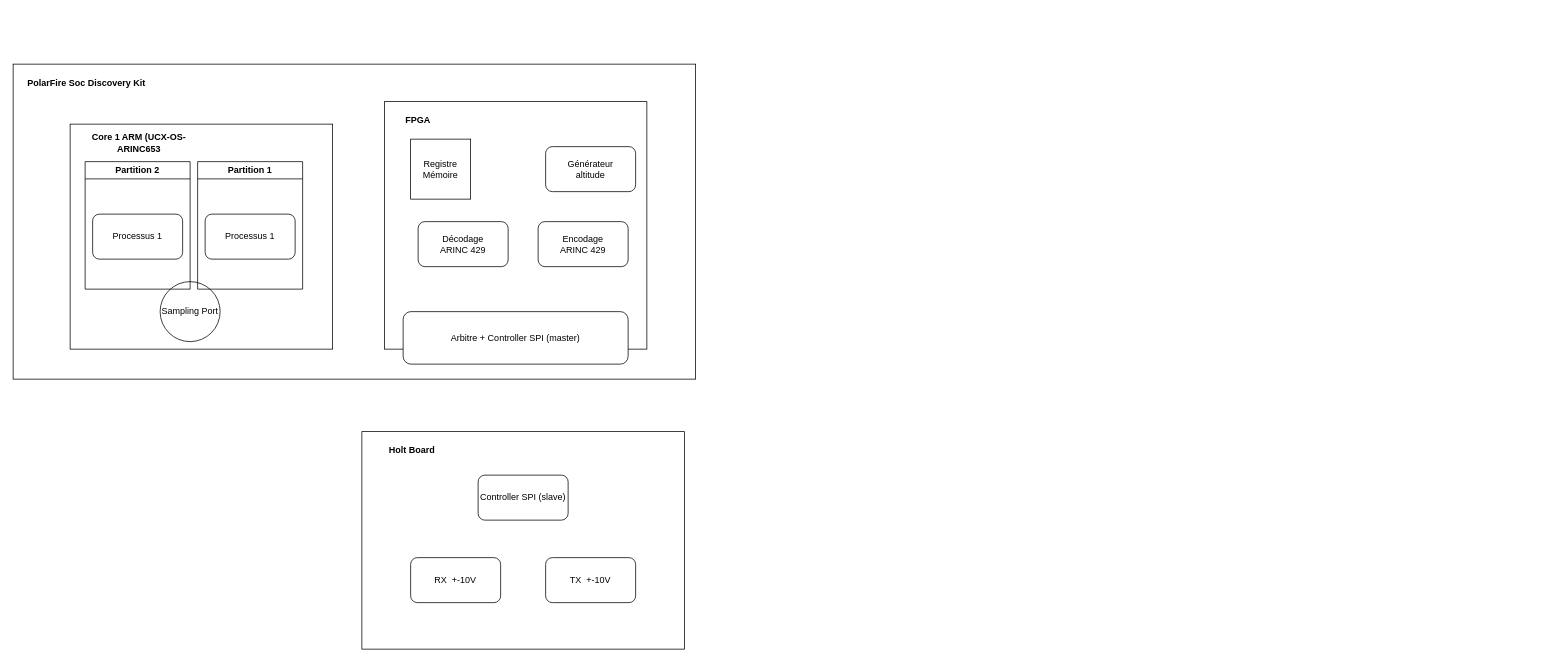
bouleaulama30/ucx-os-ARINC653 keeps this draw.io diagram as schemes/archi_tb.drawio. Above is the earlier version. Source tidied: cells renumbered, new cells numbered last; positions are measured from the earlier drawing's top-left corner, leaving out a move shared by most shapes. Both pictures are drawn from the tidied source at 75%, with x=0, y=0 at pixel (13, 64).
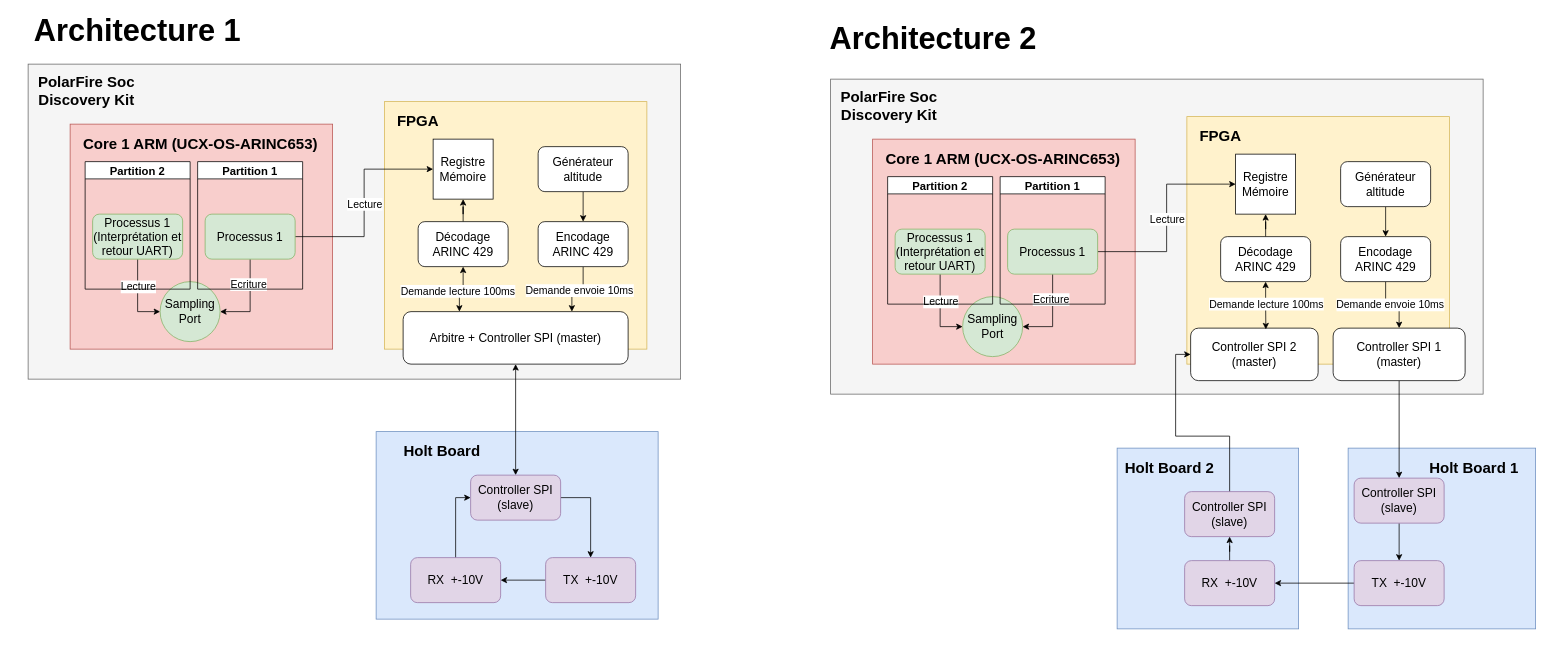
Above is the later version.

The edit, as a diff of the source:
```diff
@@
+    <mxCell id="23" style="rounded=0;whiteSpace=wrap;html=1;fillColor=#dae8fc;strokeColor=#6c8ebf;" parent="1" vertex="1">
+      <mxGeometry x="1472" y="512" width="242" height="241" as="geometry" />
+    </mxCell>
-    <mxCell id="2" style="rounded=0;whiteSpace=wrap;html=1;" parent="1" vertex="1">
-      <mxGeometry x="465" y="490" width="430" height="290" as="geometry" />
+    <mxCell id="2" style="rounded=0;whiteSpace=wrap;html=1;fillColor=#dae8fc;strokeColor=#6c8ebf;" parent="1" vertex="1">
+      <mxGeometry x="484" y="490" width="376" height="250" as="geometry" />
     </mxCell>
-    <mxCell id="3" style="rounded=0;whiteSpace=wrap;html=1;" parent="1" vertex="1">
-      <mxGeometry width="910" height="420" as="geometry" />
+    <mxCell id="3" style="rounded=0;whiteSpace=wrap;html=1;fillColor=#f5f5f5;fontColor=#333333;strokeColor=#666666;" parent="1" vertex="1">
+      <mxGeometry x="20" width="870" height="420" as="geometry" />
     </mxCell>
-    <mxCell id="4" style="rounded=0;whiteSpace=wrap;html=1;" parent="1" vertex="1">
+    <mxCell id="4" style="rounded=0;whiteSpace=wrap;html=1;fillColor=#fff2cc;strokeColor=#d6b656;" parent="1" vertex="1">
       <mxGeometry x="495" y="50" width="350" height="330" as="geometry" />
     </mxCell>
-    <mxCell id="5" style="rounded=0;whiteSpace=wrap;html=1;" parent="1" vertex="1">
+    <mxCell id="5" style="rounded=0;whiteSpace=wrap;html=1;fillColor=#f8cecc;strokeColor=#b85450;" parent="1" vertex="1">
       <mxGeometry x="76" y="80" width="350" height="300" as="geometry" />
     </mxCell>
+    <mxCell id="24" style="edgeStyle=orthogonalEdgeStyle;rounded=0;jettySize=auto;html=1;entryX=0.5;entryY=0;entryDx=0;entryDy=0;" parent="1" edge="1" source="6" target="7">
+      <mxGeometry relative="1" as="geometry" />
+    </mxCell>
-    <mxCell id="6" value="&lt;div&gt;Générateur&lt;/div&gt;&lt;div&gt;altitude&lt;/div&gt;" style="rounded=1;whiteSpace=wrap;html=1;" parent="1" vertex="1">
-      <mxGeometry x="710" y="110" width="120" height="60" as="geometry" />
+    <mxCell id="6" value="&lt;div&gt;Générateur&lt;/div&gt;&lt;div&gt;altitude&lt;/div&gt;" style="rounded=1;whiteSpace=wrap;html=1;fontSize=16;" parent="1" vertex="1">
+      <mxGeometry x="700" y="110" width="120" height="60" as="geometry" />
     </mxCell>
+    <mxCell id="25" style="edgeStyle=orthogonalEdgeStyle;rounded=0;jettySize=auto;html=1;entryX=0.75;entryY=0;entryDx=0;entryDy=0;" parent="1" edge="1" source="7" target="8">
+      <mxGeometry relative="1" as="geometry" />
+    </mxCell>
+    <mxCell id="26" value="Demande envoie 10ms" style="edgeLabel;html=1;align=center;verticalAlign=middle;fontSize=14;" parent="25" vertex="1">
+      <mxGeometry x="-0.07" y="1" relative="1" as="geometry">
+        <mxPoint x="-1" as="offset" />
+      </mxGeometry>
+    </mxCell>
-    <mxCell id="7" value="&lt;div&gt;Encodage&lt;/div&gt;&lt;div&gt;ARINC 429&lt;/div&gt;" style="rounded=1;whiteSpace=wrap;html=1;align=center;" parent="1" vertex="1">
+    <mxCell id="7" value="&lt;div&gt;Encodage&lt;/div&gt;&lt;div&gt;ARINC 429&lt;/div&gt;" style="rounded=1;whiteSpace=wrap;html=1;align=center;fontSize=16;" parent="1" vertex="1">
       <mxGeometry x="700" y="210" width="120" height="60" as="geometry" />
     </mxCell>
+    <mxCell id="27" style="edgeStyle=orthogonalEdgeStyle;rounded=0;jettySize=auto;html=1;entryX=0.5;entryY=0;entryDx=0;entryDy=0;startArrow=classic;startFill=1;" parent="1" edge="1" source="8" target="9">
+      <mxGeometry relative="1" as="geometry" />
+    </mxCell>
-    <mxCell id="8" value="Arbitre + Controller SPI (master)" style="rounded=1;whiteSpace=wrap;html=1;align=center;" parent="1" vertex="1">
+    <mxCell id="8" value="Arbitre + Controller SPI (master)" style="rounded=1;whiteSpace=wrap;html=1;align=center;fontSize=16;" parent="1" vertex="1">
       <mxGeometry x="520" y="330" width="300" height="70" as="geometry" />
     </mxCell>
+    <mxCell id="28" style="edgeStyle=orthogonalEdgeStyle;rounded=0;jettySize=auto;html=1;" parent="1" edge="1" source="9" target="10">
+      <mxGeometry relative="1" as="geometry">
+        <Array as="points">
+          <mxPoint x="770" y="578" />
+        </Array>
+      </mxGeometry>
+    </mxCell>
-    <mxCell id="9" value="Controller SPI (slave)" style="rounded=1;whiteSpace=wrap;html=1;align=center;" parent="1" vertex="1">
-      <mxGeometry x="620" y="548" width="120" height="60" as="geometry" />
+    <mxCell id="9" value="Controller SPI (slave)" style="rounded=1;whiteSpace=wrap;html=1;align=center;fontSize=16;fillColor=#e1d5e7;strokeColor=#9673a6;" parent="1" vertex="1">
+      <mxGeometry x="610" y="548" width="120" height="60" as="geometry" />
     </mxCell>
+    <mxCell id="29" style="edgeStyle=orthogonalEdgeStyle;rounded=0;jettySize=auto;html=1;entryX=1;entryY=0.5;entryDx=0;entryDy=0;" parent="1" edge="1" source="10" target="11">
+      <mxGeometry relative="1" as="geometry" />
+    </mxCell>
-    <mxCell id="10" value="TX&amp;nbsp; +-10V" style="rounded=1;whiteSpace=wrap;html=1;align=center;" parent="1" vertex="1">
+    <mxCell id="10" value="TX&amp;nbsp; +-10V" style="rounded=1;whiteSpace=wrap;html=1;align=center;fontSize=16;fillColor=#e1d5e7;strokeColor=#9673a6;" parent="1" vertex="1">
       <mxGeometry x="710" y="658" width="120" height="60" as="geometry" />
     </mxCell>
+    <mxCell id="30" style="edgeStyle=orthogonalEdgeStyle;rounded=0;jettySize=auto;html=1;entryX=0;entryY=0.5;entryDx=0;entryDy=0;" parent="1" edge="1" source="11" target="9">
+      <mxGeometry relative="1" as="geometry" />
+    </mxCell>
-    <mxCell id="11" value="RX&amp;nbsp; +-10V" style="rounded=1;whiteSpace=wrap;html=1;align=center;" parent="1" vertex="1">
+    <mxCell id="11" value="RX&amp;nbsp; +-10V" style="rounded=1;whiteSpace=wrap;html=1;align=center;fontSize=16;fillColor=#e1d5e7;strokeColor=#9673a6;" parent="1" vertex="1">
       <mxGeometry x="530" y="658" width="120" height="60" as="geometry" />
     </mxCell>
+    <mxCell id="31" style="edgeStyle=orthogonalEdgeStyle;rounded=0;jettySize=auto;html=1;entryX=0;entryY=0.5;entryDx=0;entryDy=0;" parent="1" edge="1" source="12" target="15">
+      <mxGeometry relative="1" as="geometry" />
+    </mxCell>
+    <mxCell id="32" value="Lecture" style="edgeLabel;html=1;align=center;verticalAlign=middle;fontSize=14;" parent="31" vertex="1">
+      <mxGeometry relative="1" as="geometry">
+        <mxPoint y="1" as="offset" />
+      </mxGeometry>
+    </mxCell>
+    <mxCell id="33" style="edgeStyle=orthogonalEdgeStyle;rounded=0;jettySize=auto;html=1;entryX=1;entryY=0.5;entryDx=0;entryDy=0;" parent="1" edge="1" source="12" target="14">
+      <mxGeometry relative="1" as="geometry" />
+    </mxCell>
+    <mxCell id="34" value="Ecriture" style="edgeLabel;html=1;align=center;verticalAlign=middle;fontSize=14;" parent="33" vertex="1">
+      <mxGeometry x="-0.4" y="-3" relative="1" as="geometry" />
+    </mxCell>
-    <mxCell id="12" value="Processus 1" style="rounded=1;whiteSpace=wrap;html=1;" parent="1" vertex="1">
+    <mxCell id="12" value="Processus 1" style="rounded=1;whiteSpace=wrap;html=1;fontSize=16;fillColor=#d5e8d4;strokeColor=#82b366;" parent="1" vertex="1">
       <mxGeometry x="256" y="200" width="120" height="60" as="geometry" />
     </mxCell>
+    <mxCell id="35" style="edgeStyle=orthogonalEdgeStyle;rounded=0;jettySize=auto;html=1;entryX=0;entryY=0.5;entryDx=0;entryDy=0;" parent="1" edge="1" source="13" target="14">
+      <mxGeometry relative="1" as="geometry" />
+    </mxCell>
+    <mxCell id="36" value="Lecture" style="edgeLabel;html=1;align=center;verticalAlign=middle;fontSize=14;" parent="35" vertex="1">
+      <mxGeometry x="-0.29" relative="1" as="geometry" />
+    </mxCell>
-    <mxCell id="13" value="Processus 1" style="rounded=1;whiteSpace=wrap;html=1;" parent="1" vertex="1">
+    <mxCell id="13" value="&lt;div&gt;Processus 1&lt;/div&gt;(Interprétation et retour UART)" style="rounded=1;whiteSpace=wrap;html=1;fontSize=16;fillColor=#d5e8d4;strokeColor=#82b366;" parent="1" vertex="1">
       <mxGeometry x="106" y="200" width="120" height="60" as="geometry" />
     </mxCell>
-    <mxCell id="14" value="Sampling Port" style="ellipse;whiteSpace=wrap;html=1;shapeInside=1;" parent="1" vertex="1">
+    <mxCell id="14" value="Sampling Port" style="ellipse;whiteSpace=wrap;html=1;shapeInside=1;fontSize=16;fillColor=#d5e8d4;strokeColor=#82b366;" parent="1" vertex="1">
       <mxGeometry x="196" y="290" width="80" height="80" as="geometry" />
     </mxCell>
-    <mxCell id="15" value="&lt;div&gt;Registre&lt;/div&gt;&lt;div&gt;Mémoire&lt;/div&gt;" style="whiteSpace=wrap;html=1;" parent="1" vertex="1">
-      <mxGeometry x="530" y="100" width="80" height="80" as="geometry" />
+    <mxCell id="15" value="&lt;div&gt;Registre&lt;/div&gt;&lt;div&gt;Mémoire&lt;/div&gt;" style="whiteSpace=wrap;html=1;fontSize=16;" parent="1" vertex="1">
+      <mxGeometry x="560" y="100" width="80" height="80" as="geometry" />
     </mxCell>
+    <mxCell id="37" style="edgeStyle=orthogonalEdgeStyle;rounded=0;jettySize=auto;html=1;entryX=0.25;entryY=0;entryDx=0;entryDy=0;startArrow=classic;startFill=1;" parent="1" edge="1" source="16" target="8">
+      <mxGeometry relative="1" as="geometry" />
+    </mxCell>
+    <mxCell id="38" value="Demande lecture 100ms" style="edgeLabel;html=1;align=center;verticalAlign=middle;fontSize=14;" parent="37" vertex="1">
+      <mxGeometry x="0.14" y="-3" relative="1" as="geometry" />
+    </mxCell>
+    <mxCell id="39" style="edgeStyle=orthogonalEdgeStyle;rounded=0;jettySize=auto;html=1;" parent="1" edge="1" source="16" target="15">
+      <mxGeometry relative="1" as="geometry" />
+    </mxCell>
-    <mxCell id="16" value="&lt;div&gt;Décodage&lt;/div&gt;&lt;div&gt;ARINC 429&lt;/div&gt;" style="rounded=1;whiteSpace=wrap;html=1;align=center;" parent="1" vertex="1">
+    <mxCell id="16" value="&lt;div&gt;Décodage&lt;/div&gt;&lt;div&gt;ARINC 429&lt;/div&gt;" style="rounded=1;whiteSpace=wrap;html=1;align=center;fontSize=16;" parent="1" vertex="1">
       <mxGeometry x="540" y="210" width="120" height="60" as="geometry" />
     </mxCell>
-    <mxCell id="17" value="Partition 2" style="swimlane;whiteSpace=wrap;html=1;" parent="1" vertex="1">
+    <mxCell id="17" value="Partition 2" style="swimlane;whiteSpace=wrap;html=1;fontSize=15;" parent="1" vertex="1">
       <mxGeometry x="96" y="130" width="140" height="170" as="geometry" />
     </mxCell>
-    <mxCell id="18" value="Partition 1" style="swimlane;whiteSpace=wrap;html=1;" parent="1" vertex="1">
+    <mxCell id="18" value="Partition 1" style="swimlane;whiteSpace=wrap;html=1;fontSize=15;" parent="1" vertex="1">
       <mxGeometry x="246" y="130" width="140" height="170" as="geometry" />
     </mxCell>
-    <mxCell id="19" value="FPGA" style="text;html=1;whiteSpace=wrap;strokeColor=none;fillColor=none;align=center;verticalAlign=middle;rounded=0;fontStyle=1;" parent="1" vertex="1">
+    <mxCell id="19" value="FPGA" style="text;html=1;whiteSpace=wrap;strokeColor=none;fillColor=none;align=center;verticalAlign=middle;rounded=0;fontStyle=1;fontSize=20;" parent="1" vertex="1">
       <mxGeometry x="510" y="60" width="60" height="30" as="geometry" />
     </mxCell>
-    <mxCell id="20" value="Core 1 ARM (UCX-OS-ARINC653" style="text;html=1;whiteSpace=wrap;strokeColor=none;fillColor=none;align=center;verticalAlign=middle;rounded=0;fontStyle=1;" parent="1" vertex="1">
-      <mxGeometry x="80" y="90" width="176" height="30" as="geometry" />
+    <mxCell id="20" value="Core 1 ARM (UCX-OS-ARINC653)" style="text;html=1;whiteSpace=wrap;strokeColor=none;fillColor=none;align=center;verticalAlign=middle;rounded=0;fontStyle=1;fontSize=20;" parent="1" vertex="1">
+      <mxGeometry x="80" y="90" width="340" height="30" as="geometry" />
     </mxCell>
-    <mxCell id="21" value="PolarFire Soc Discovery Kit" style="text;html=1;whiteSpace=wrap;strokeColor=none;fillColor=none;align=center;verticalAlign=middle;rounded=0;fontStyle=1;" parent="1" vertex="1">
-      <mxGeometry x="10" y="10" width="176" height="30" as="geometry" />
+    <mxCell id="21" value="PolarFire Soc Discovery Kit" style="text;html=1;whiteSpace=wrap;strokeColor=none;fillColor=none;align=center;verticalAlign=middle;rounded=0;fontStyle=1;fontSize=20;" parent="1" vertex="1">
+      <mxGeometry x="10" y="20" width="176" height="30" as="geometry" />
     </mxCell>
-    <mxCell id="22" value="Holt Board" style="text;html=1;whiteSpace=wrap;strokeColor=none;fillColor=none;align=center;verticalAlign=middle;rounded=0;fontStyle=1;" parent="1" vertex="1">
-      <mxGeometry x="444" y="500" width="176" height="30" as="geometry" />
+    <mxCell id="22" value="Holt Board" style="text;html=1;whiteSpace=wrap;strokeColor=none;fillColor=none;align=center;verticalAlign=middle;rounded=0;fontStyle=1;fontSize=20;" parent="1" vertex="1">
+      <mxGeometry x="484" y="500" width="176" height="30" as="geometry" />
     </mxCell>
+    <mxCell id="40" style="rounded=0;whiteSpace=wrap;html=1;fillColor=#dae8fc;strokeColor=#6c8ebf;" parent="1" vertex="1">
+      <mxGeometry x="1780" y="512" width="250" height="241" as="geometry" />
+    </mxCell>
+    <mxCell id="41" style="rounded=0;whiteSpace=wrap;html=1;fillColor=#f5f5f5;fontColor=#333333;strokeColor=#666666;" parent="1" vertex="1">
+      <mxGeometry x="1090" y="20" width="870" height="420" as="geometry" />
+    </mxCell>
+    <mxCell id="42" style="rounded=0;whiteSpace=wrap;html=1;fillColor=#fff2cc;strokeColor=#d6b656;" parent="1" vertex="1">
+      <mxGeometry x="1565" y="70" width="350" height="330" as="geometry" />
+    </mxCell>
+    <mxCell id="43" style="rounded=0;whiteSpace=wrap;html=1;fillColor=#f8cecc;strokeColor=#b85450;" parent="1" vertex="1">
+      <mxGeometry x="1146" y="100" width="350" height="300" as="geometry" />
+    </mxCell>
+    <mxCell id="44" style="edgeStyle=orthogonalEdgeStyle;rounded=0;jettySize=auto;html=1;entryX=0.5;entryY=0;entryDx=0;entryDy=0;" parent="1" edge="1" source="45" target="48">
+      <mxGeometry relative="1" as="geometry" />
+    </mxCell>
+    <mxCell id="45" value="&lt;div&gt;Générateur&lt;/div&gt;&lt;div&gt;altitude&lt;/div&gt;" style="rounded=1;whiteSpace=wrap;html=1;fontSize=16;" parent="1" vertex="1">
+      <mxGeometry x="1770" y="130" width="120" height="60" as="geometry" />
+    </mxCell>
+    <mxCell id="46" style="edgeStyle=orthogonalEdgeStyle;rounded=0;jettySize=auto;html=1;entryX=0.5;entryY=0;entryDx=0;entryDy=0;" parent="1" edge="1" source="48" target="80">
+      <mxGeometry relative="1" as="geometry" />
+    </mxCell>
+    <mxCell id="47" value="Demande envoie 10ms" style="edgeLabel;html=1;align=center;verticalAlign=middle;fontSize=14;" parent="46" vertex="1">
+      <mxGeometry x="-0.07" y="1" relative="1" as="geometry">
+        <mxPoint x="-1" as="offset" />
+      </mxGeometry>
+    </mxCell>
+    <mxCell id="48" value="&lt;div&gt;Encodage&lt;/div&gt;&lt;div&gt;ARINC 429&lt;/div&gt;" style="rounded=1;whiteSpace=wrap;html=1;align=center;fontSize=16;" parent="1" vertex="1">
+      <mxGeometry x="1770" y="230" width="120" height="60" as="geometry" />
+    </mxCell>
+    <mxCell id="49" value="Controller SPI 2 (master)" style="rounded=1;whiteSpace=wrap;html=1;align=center;fontSize=16;" parent="1" vertex="1">
+      <mxGeometry x="1570" y="352" width="170" height="70" as="geometry" />
+    </mxCell>
+    <mxCell id="50" style="edgeStyle=orthogonalEdgeStyle;rounded=0;jettySize=auto;html=1;entryX=0.5;entryY=0;entryDx=0;entryDy=0;" parent="1" edge="1" source="51" target="53">
+      <mxGeometry relative="1" as="geometry" />
+    </mxCell>
+    <mxCell id="51" value="Controller SPI (slave)" style="rounded=1;whiteSpace=wrap;html=1;align=center;fontSize=16;fillColor=#e1d5e7;strokeColor=#9673a6;" parent="1" vertex="1">
+      <mxGeometry x="1788" y="552" width="120" height="60" as="geometry" />
+    </mxCell>
+    <mxCell id="52" style="edgeStyle=orthogonalEdgeStyle;rounded=0;jettySize=auto;html=1;entryX=1;entryY=0.5;entryDx=0;entryDy=0;" parent="1" edge="1" source="53" target="77">
+      <mxGeometry relative="1" as="geometry" />
+    </mxCell>
+    <mxCell id="53" value="TX&amp;nbsp; +-10V" style="rounded=1;whiteSpace=wrap;html=1;align=center;fontSize=16;fillColor=#e1d5e7;strokeColor=#9673a6;" parent="1" vertex="1">
+      <mxGeometry x="1788" y="662" width="120" height="60" as="geometry" />
+    </mxCell>
+    <mxCell id="54" style="edgeStyle=orthogonalEdgeStyle;rounded=0;jettySize=auto;html=1;entryX=0;entryY=0.5;entryDx=0;entryDy=0;" parent="1" edge="1" source="58" target="63">
+      <mxGeometry relative="1" as="geometry" />
+    </mxCell>
+    <mxCell id="55" value="Lecture" style="edgeLabel;html=1;align=center;verticalAlign=middle;fontSize=14;" parent="54" vertex="1">
+      <mxGeometry relative="1" as="geometry">
+        <mxPoint y="1" as="offset" />
+      </mxGeometry>
+    </mxCell>
+    <mxCell id="56" style="edgeStyle=orthogonalEdgeStyle;rounded=0;jettySize=auto;html=1;entryX=1;entryY=0.5;entryDx=0;entryDy=0;" parent="1" edge="1" source="58" target="62">
+      <mxGeometry relative="1" as="geometry" />
+    </mxCell>
+    <mxCell id="57" value="Ecriture" style="edgeLabel;html=1;align=center;verticalAlign=middle;fontSize=14;" parent="56" vertex="1">
+      <mxGeometry x="-0.4" y="-3" relative="1" as="geometry" />
+    </mxCell>
+    <mxCell id="58" value="Processus 1" style="rounded=1;whiteSpace=wrap;html=1;fontSize=16;fillColor=#d5e8d4;strokeColor=#82b366;" parent="1" vertex="1">
+      <mxGeometry x="1326" y="220" width="120" height="60" as="geometry" />
+    </mxCell>
+    <mxCell id="59" style="edgeStyle=orthogonalEdgeStyle;rounded=0;jettySize=auto;html=1;entryX=0;entryY=0.5;entryDx=0;entryDy=0;" parent="1" edge="1" source="61" target="62">
+      <mxGeometry relative="1" as="geometry" />
+    </mxCell>
+    <mxCell id="60" value="Lecture" style="edgeLabel;html=1;align=center;verticalAlign=middle;fontSize=14;" parent="59" vertex="1">
+      <mxGeometry x="-0.29" relative="1" as="geometry" />
+    </mxCell>
+    <mxCell id="61" value="&lt;div&gt;Processus 1&lt;/div&gt;(Interprétation et retour UART)" style="rounded=1;whiteSpace=wrap;html=1;fontSize=16;fillColor=#d5e8d4;strokeColor=#82b366;" parent="1" vertex="1">
+      <mxGeometry x="1176" y="220" width="120" height="60" as="geometry" />
+    </mxCell>
+    <mxCell id="62" value="Sampling Port" style="ellipse;whiteSpace=wrap;html=1;shapeInside=1;fontSize=16;fillColor=#d5e8d4;strokeColor=#82b366;" parent="1" vertex="1">
+      <mxGeometry x="1266" y="310" width="80" height="80" as="geometry" />
+    </mxCell>
+    <mxCell id="63" value="&lt;div&gt;Registre&lt;/div&gt;&lt;div&gt;Mémoire&lt;/div&gt;" style="whiteSpace=wrap;html=1;fontSize=16;" parent="1" vertex="1">
+      <mxGeometry x="1630" y="120" width="80" height="80" as="geometry" />
+    </mxCell>
+    <mxCell id="64" style="edgeStyle=orthogonalEdgeStyle;rounded=0;jettySize=auto;html=1;entryX=0.59;entryY=0.023;entryDx=0;entryDy=0;startArrow=classic;startFill=1;entryPerimeter=0;exitX=0.5;exitY=1;exitDx=0;exitDy=0;" parent="1" edge="1" source="67" target="49">
+      <mxGeometry relative="1" as="geometry" />
+    </mxCell>
+    <mxCell id="65" value="Demande lecture 100ms" style="edgeLabel;html=1;align=center;verticalAlign=middle;fontSize=14;" parent="64" vertex="1">
+      <mxGeometry x="0.14" y="-3" relative="1" as="geometry">
+        <mxPoint x="3" y="-6" as="offset" />
+      </mxGeometry>
+    </mxCell>
+    <mxCell id="66" style="edgeStyle=orthogonalEdgeStyle;rounded=0;jettySize=auto;html=1;" parent="1" edge="1" source="67" target="63">
+      <mxGeometry relative="1" as="geometry" />
+    </mxCell>
+    <mxCell id="67" value="&lt;div&gt;Décodage&lt;/div&gt;&lt;div&gt;ARINC 429&lt;/div&gt;" style="rounded=1;whiteSpace=wrap;html=1;align=center;fontSize=16;" parent="1" vertex="1">
+      <mxGeometry x="1610" y="230" width="120" height="60" as="geometry" />
+    </mxCell>
+    <mxCell id="68" value="Partition 2" style="swimlane;whiteSpace=wrap;html=1;fontSize=15;" parent="1" vertex="1">
+      <mxGeometry x="1166" y="150" width="140" height="170" as="geometry" />
+    </mxCell>
+    <mxCell id="69" value="Partition 1" style="swimlane;whiteSpace=wrap;html=1;fontSize=15;" parent="1" vertex="1">
+      <mxGeometry x="1316" y="150" width="140" height="170" as="geometry" />
+    </mxCell>
+    <mxCell id="70" value="FPGA" style="text;html=1;whiteSpace=wrap;strokeColor=none;fillColor=none;align=center;verticalAlign=middle;rounded=0;fontStyle=1;fontSize=20;" parent="1" vertex="1">
+      <mxGeometry x="1580" y="80" width="60" height="30" as="geometry" />
+    </mxCell>
+    <mxCell id="71" value="Core 1 ARM (UCX-OS-ARINC653)" style="text;html=1;whiteSpace=wrap;strokeColor=none;fillColor=none;align=center;verticalAlign=middle;rounded=0;fontStyle=1;fontSize=20;" parent="1" vertex="1">
+      <mxGeometry x="1150" y="110" width="340" height="30" as="geometry" />
+    </mxCell>
+    <mxCell id="72" value="PolarFire Soc Discovery Kit" style="text;html=1;whiteSpace=wrap;strokeColor=none;fillColor=none;align=center;verticalAlign=middle;rounded=0;fontStyle=1;fontSize=20;" parent="1" vertex="1">
+      <mxGeometry x="1080" y="40" width="176" height="30" as="geometry" />
+    </mxCell>
+    <mxCell id="73" value="Holt Board 1" style="text;html=1;whiteSpace=wrap;strokeColor=none;fillColor=none;align=center;verticalAlign=middle;rounded=0;fontStyle=1;fontSize=20;" parent="1" vertex="1">
+      <mxGeometry x="1860" y="522" width="176" height="30" as="geometry" />
+    </mxCell>
+    <mxCell id="74" style="edgeStyle=orthogonalEdgeStyle;rounded=0;jettySize=auto;html=1;entryX=0;entryY=0.5;entryDx=0;entryDy=0;" parent="1" edge="1" source="75" target="49">
+      <mxGeometry relative="1" as="geometry" />
+    </mxCell>
+    <mxCell id="75" value="Controller SPI (slave)" style="rounded=1;whiteSpace=wrap;html=1;align=center;fontSize=16;fillColor=#e1d5e7;strokeColor=#9673a6;" parent="1" vertex="1">
+      <mxGeometry x="1562" y="570" width="120" height="60" as="geometry" />
+    </mxCell>
+    <mxCell id="76" style="edgeStyle=orthogonalEdgeStyle;rounded=0;jettySize=auto;html=1;entryX=0.5;entryY=1;entryDx=0;entryDy=0;" parent="1" edge="1" source="77" target="75">
+      <mxGeometry relative="1" as="geometry" />
+    </mxCell>
+    <mxCell id="77" value="RX&amp;nbsp; +-10V" style="rounded=1;whiteSpace=wrap;html=1;align=center;fontSize=16;fillColor=#e1d5e7;strokeColor=#9673a6;" parent="1" vertex="1">
+      <mxGeometry x="1562" y="662" width="120" height="60" as="geometry" />
+    </mxCell>
+    <mxCell id="78" value="Holt Board 2" style="text;html=1;whiteSpace=wrap;strokeColor=none;fillColor=none;align=center;verticalAlign=middle;rounded=0;fontStyle=1;fontSize=20;" parent="1" vertex="1">
+      <mxGeometry x="1454" y="522" width="176" height="30" as="geometry" />
+    </mxCell>
+    <mxCell id="79" style="edgeStyle=orthogonalEdgeStyle;rounded=0;jettySize=auto;html=1;" parent="1" edge="1" source="80" target="51">
+      <mxGeometry relative="1" as="geometry" />
+    </mxCell>
+    <mxCell id="80" value="Controller SPI 1 (master)" style="rounded=1;whiteSpace=wrap;html=1;align=center;fontSize=16;" parent="1" vertex="1">
+      <mxGeometry x="1760" y="352" width="176" height="70" as="geometry" />
+    </mxCell>
+    <mxCell id="81" value="&lt;font style=&quot;font-size: 41px;&quot;&gt;Architecture 1&lt;/font&gt;" style="text;html=1;whiteSpace=wrap;strokeColor=none;fillColor=none;align=center;verticalAlign=middle;rounded=0;fontStyle=1;" parent="1" vertex="1">
+      <mxGeometry x="19" y="-59" width="294" height="30" as="geometry" />
+    </mxCell>
+    <mxCell id="82" value="&lt;font style=&quot;font-size: 41px;&quot;&gt;Architecture 2&lt;/font&gt;" style="text;html=1;whiteSpace=wrap;strokeColor=none;fillColor=none;align=center;verticalAlign=middle;rounded=0;fontStyle=1;" parent="1" vertex="1">
+      <mxGeometry x="1080" y="-49" width="294" height="30" as="geometry" />
+    </mxCell>
```
